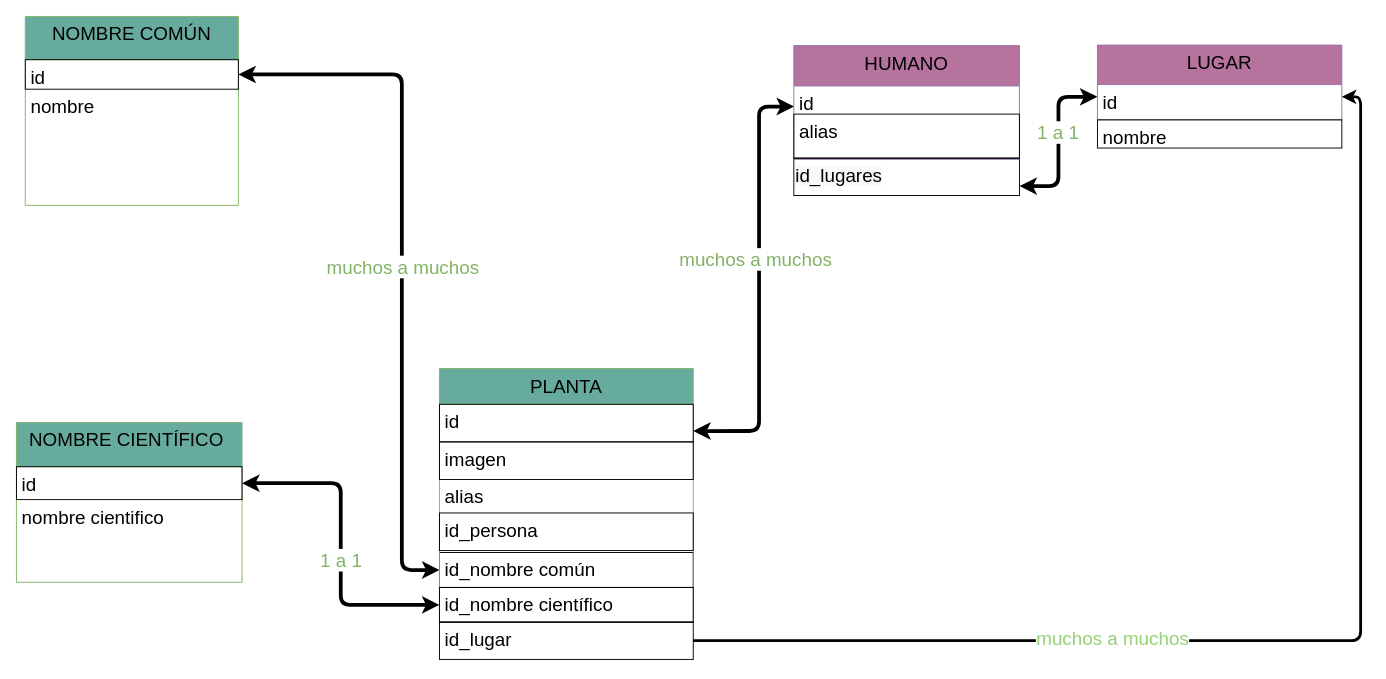
Earlier version of the draw.io diagram page "BD" (3 of 8) of Esquemas/BD-botsque.drawio (mjespinosam/botsque-doc). Source tidied: cells renumbered, new cells numbered last; positions are measured from the earlier drawing's top-left corner, leaving out a move shared by most shapes. Both pictures are drawn from the tidied source at 94%, with x=0, y=0 at pixel (-87, 16).
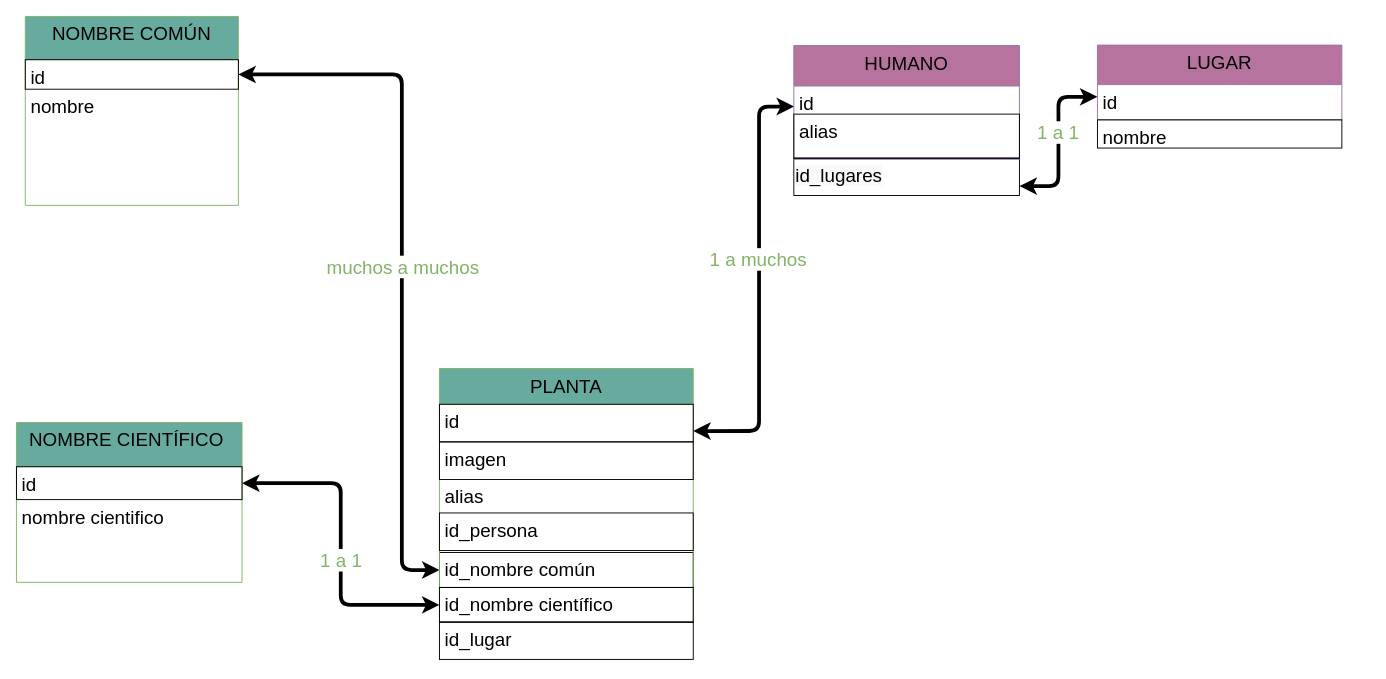
After the change.

Commit message (it also covers changes not shown here):
Ajuste de escenarios y frecuencias desonidos

The change refers to these unchanged cells:
```xml
<mxCell id="3" style="edgeStyle=orthogonalEdgeStyle;jettySize=auto;html=1;startArrow=classic;startFill=1;endArrow=classic;endFill=1;strokeColor=#000000;strokeWidth=4;fontFamily=Epilogue;fontSize=20;fontColor=#82B366;rounded=1;exitX=0.001;exitY=0.73;exitDx=0;exitDy=0;exitPerimeter=0;entryX=1;entryY=0.711;entryDx=0;entryDy=0;fontStyle=0;entryPerimeter=0;" parent="1" edge="1" source="30" target="15">
  <mxGeometry relative="1" as="geometry">
    <Array as="points">
      <mxPoint x="900" y="96" />
      <mxPoint x="900" y="441" />
    </Array>
  </mxGeometry>
</mxCell>
<mxCell id="33" value="id" style="text;align=left;verticalAlign=top;spacingLeft=4;spacingRight=4;overflow=hidden;points=[[0,0.5],[1,0.5]];portConstraint=eastwest;fillColor=none;fontSize=20;strokeColor=none;fontFamily=Epilogue;fontStyle=0;" parent="32" vertex="1">
  <mxGeometry y="42" width="260" height="26" as="geometry" />
</mxCell>
<mxCell id="36" value="id_lugar" style="text;align=left;verticalAlign=top;spacingLeft=4;spacingRight=4;overflow=hidden;points=[[0,0.5],[1,0.5]];portConstraint=eastwest;rounded=0;shadow=0;html=0;fontSize=20;strokeColor=#000000;fontFamily=Epilogue;fontStyle=0;" parent="1" vertex="1">
  <mxGeometry x="560" y="644" width="270" height="40" as="geometry" />
</mxCell>
```

What changed in the source:
```diff
@@
-    <mxCell id="4" value="muchos a muchos&amp;nbsp;" style="edgeLabel;html=1;align=center;verticalAlign=middle;fontSize=20;fontFamily=Epilogue;fontColor=#82B366;fontStyle=0;" parent="3" vertex="1">
+    <mxCell id="4" value="1 a muchos" style="edgeLabel;html=1;align=center;verticalAlign=middle;fontSize=20;fontFamily=Epilogue;fontColor=#82B366;fontStyle=0;" parent="3" vertex="1">
       <mxGeometry x="-0.12" y="-2" relative="1" as="geometry" />
     </mxCell>
@@
-    <mxCell id="34" style="edgeStyle=orthogonalEdgeStyle;rounded=1;jettySize=auto;html=1;entryX=1;entryY=0.5;entryDx=0;entryDy=0;fontFamily=Epilogue;fontSize=20;strokeWidth=3;" parent="1" edge="1" source="36" target="33">
-      <mxGeometry relative="1" as="geometry" />
-    </mxCell>
-    <mxCell id="35" value="&lt;font color=&quot;#97d077&quot;&gt;muchos a muchos&lt;/font&gt;" style="edgeLabel;html=1;align=center;verticalAlign=middle;fontSize=20;fontFamily=Epilogue;" parent="34" vertex="1">
-      <mxGeometry x="-0.32" y="4" relative="1" as="geometry" />
-    </mxCell>
```
